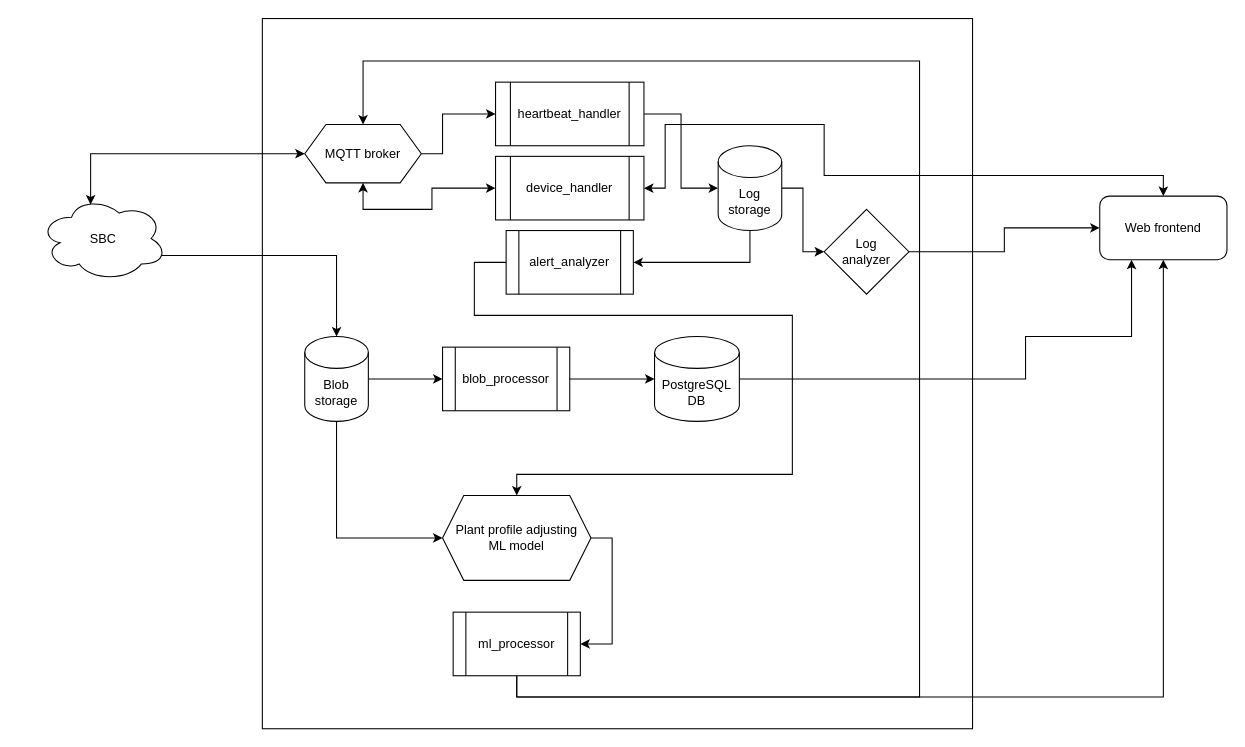
Earlier version of the draw.io diagram page "CloudArch" (2 of 4) of docs/models/Project.drawio (KhazAkar/ags). Source tidied: cells renumbered, new cells numbered last; positions are measured from the earlier drawing's top-left corner, leaving out a move shared by most shapes. Both pictures are drawn from the tidied source at 106%, with x=0, y=0 at pixel (39, 18).
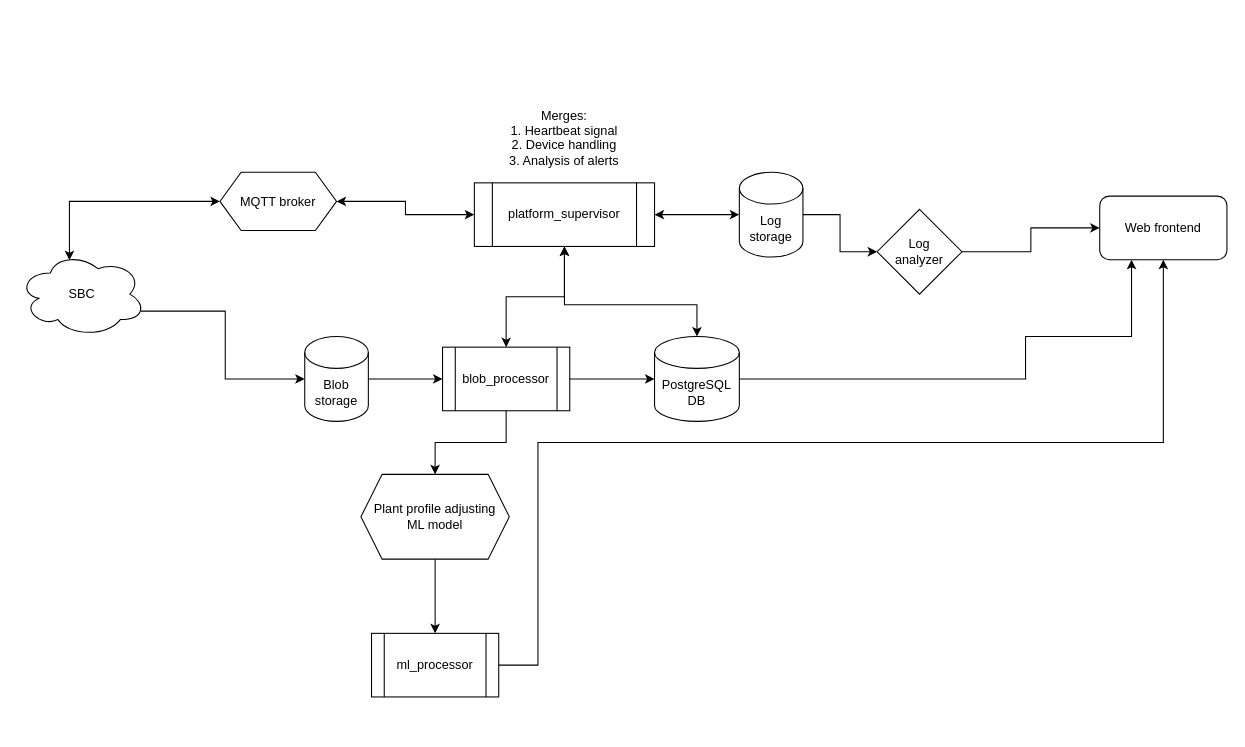
Above is the later version.

The change refers to these unchanged cells:
```xml
<mxCell id="8" value="Blob&lt;div&gt;storage&lt;/div&gt;" style="shape=cylinder3;whiteSpace=wrap;html=1;boundedLbl=1;backgroundOutline=1;size=15;" parent="1" vertex="1">
  <mxGeometry x="250" y="300" width="60" height="80" as="geometry" />
</mxCell>
<mxCell id="13" value="PostgreSQL&lt;div&gt;DB&lt;/div&gt;" style="shape=cylinder3;whiteSpace=wrap;html=1;boundedLbl=1;backgroundOutline=1;size=15;" parent="1" vertex="1">
  <mxGeometry x="580" y="300" width="80" height="80" as="geometry" />
</mxCell>
<mxCell id="14" value="blob_processor" style="shape=process;whiteSpace=wrap;html=1;backgroundOutline=1;" parent="1" vertex="1">
  <mxGeometry x="380" y="310" width="120" height="60" as="geometry" />
</mxCell>
<mxCell id="17" value="Web frontend" style="rounded=1;whiteSpace=wrap;html=1;" parent="1" vertex="1">
  <mxGeometry x="1000" y="167.5" width="120" height="60" as="geometry" />
</mxCell>
```

Change to the diagram source:
```diff
@@
     <mxCell id="4" value="SBC" style="ellipse;shape=cloud;whiteSpace=wrap;html=1;" parent="1" vertex="1">
-      <mxGeometry y="167.5" width="120" height="80" as="geometry" />
+      <mxGeometry x="-20" y="220" width="120" height="80" as="geometry" />
     </mxCell>
-    <mxCell id="5" style="rounded=0;whiteSpace=wrap;html=1;fillColor=none;" parent="1" vertex="1">
-      <mxGeometry x="210" width="670" height="670" as="geometry" />
-    </mxCell>
@@
-    <mxCell id="7" style="edgeStyle=orthogonalEdgeStyle;rounded=0;jettySize=auto;html=1;exitX=0.5;exitY=1;exitDx=0;exitDy=0;exitPerimeter=0;entryX=0;entryY=0.5;entryDx=0;entryDy=0;" parent="1" edge="1" source="8" target="26">
-      <mxGeometry relative="1" as="geometry" />
-    </mxCell>
@@
-    <mxCell id="9" style="edgeStyle=orthogonalEdgeStyle;rounded=0;jettySize=auto;html=1;exitX=1;exitY=0.5;exitDx=0;exitDy=0;entryX=0;entryY=0.5;entryDx=0;entryDy=0;" parent="1" edge="1" source="11" target="16">
-      <mxGeometry relative="1" as="geometry">
-        <Array as="points">
-          <mxPoint x="380" y="128" />
-          <mxPoint x="380" y="90" />
-        </Array>
-      </mxGeometry>
-    </mxCell>
-    <mxCell id="10" style="edgeStyle=orthogonalEdgeStyle;rounded=0;jettySize=auto;html=1;exitX=0.5;exitY=1;exitDx=0;exitDy=0;entryX=0;entryY=0.5;entryDx=0;entryDy=0;startArrow=classic;startFill=1;" parent="1" edge="1" source="11" target="33">
-      <mxGeometry relative="1" as="geometry">
-        <Array as="points">
-          <mxPoint x="305" y="180" />
-          <mxPoint x="370" y="180" />
-          <mxPoint x="370" y="160" />
-        </Array>
-      </mxGeometry>
-    </mxCell>
+    <mxCell id="34" style="edgeStyle=orthogonalEdgeStyle;rounded=0;jettySize=auto;html=1;exitX=1;exitY=0.5;exitDx=0;exitDy=0;entryX=0;entryY=0.5;entryDx=0;entryDy=0;startArrow=classic;startFill=1;" parent="1" edge="1" source="11" target="39">
+      <mxGeometry relative="1" as="geometry" />
+    </mxCell>
     <mxCell id="11" value="MQTT broker" style="shape=hexagon;perimeter=hexagonPerimeter2;whiteSpace=wrap;html=1;fixedSize=1;" parent="1" vertex="1">
-      <mxGeometry x="250" y="100" width="110" height="55" as="geometry" />
+      <mxGeometry x="170" y="145" width="110" height="55" as="geometry" />
     </mxCell>
@@
+    <mxCell id="35" style="edgeStyle=orthogonalEdgeStyle;rounded=0;jettySize=auto;html=1;exitX=0.5;exitY=0;exitDx=0;exitDy=0;exitPerimeter=0;entryX=0.5;entryY=1;entryDx=0;entryDy=0;startArrow=classic;startFill=1;" parent="1" edge="1" source="13" target="39">
+      <mxGeometry relative="1" as="geometry">
+        <Array as="points">
+          <mxPoint x="620" y="270" />
+          <mxPoint x="495" y="270" />
+        </Array>
+      </mxGeometry>
+    </mxCell>
@@
+    <mxCell id="36" style="edgeStyle=orthogonalEdgeStyle;rounded=0;jettySize=auto;html=1;exitX=0.5;exitY=0;exitDx=0;exitDy=0;entryX=0.5;entryY=1;entryDx=0;entryDy=0;startArrow=classic;startFill=1;" parent="1" edge="1" source="14" target="39">
+      <mxGeometry relative="1" as="geometry" />
+    </mxCell>
+    <mxCell id="37" style="edgeStyle=orthogonalEdgeStyle;rounded=0;jettySize=auto;html=1;exitX=0.5;exitY=1;exitDx=0;exitDy=0;entryX=0.5;entryY=0;entryDx=0;entryDy=0;" parent="1" edge="1" source="14" target="26">
+      <mxGeometry relative="1" as="geometry" />
+    </mxCell>
@@
-    <mxCell id="16" value="heartbeat_handler" style="shape=process;whiteSpace=wrap;html=1;backgroundOutline=1;" parent="1" vertex="1">
-      <mxGeometry x="430" y="60" width="140" height="60" as="geometry" />
-    </mxCell>
@@
-    <mxCell id="18" style="edgeStyle=orthogonalEdgeStyle;rounded=0;jettySize=auto;html=1;exitX=0.5;exitY=1;exitDx=0;exitDy=0;exitPerimeter=0;entryX=1;entryY=0.5;entryDx=0;entryDy=0;" parent="1" edge="1" source="20" target="23">
-      <mxGeometry relative="1" as="geometry" />
-    </mxCell>
-    <mxCell id="19" style="edgeStyle=orthogonalEdgeStyle;rounded=0;jettySize=auto;html=1;exitX=1;exitY=0.5;exitDx=0;exitDy=0;exitPerimeter=0;entryX=0;entryY=0.5;entryDx=0;entryDy=0;" parent="1" edge="1" source="20" target="31">
+    <mxCell id="19" style="edgeStyle=orthogonalEdgeStyle;rounded=0;jettySize=auto;html=1;exitX=1;exitY=0.5;exitDx=0;exitDy=0;exitPerimeter=0;" parent="1" edge="1" source="20" target="31">
       <mxGeometry relative="1" as="geometry" />
     </mxCell>
     <mxCell id="20" value="Log&lt;div&gt;storage&lt;/div&gt;" style="shape=cylinder3;whiteSpace=wrap;html=1;boundedLbl=1;backgroundOutline=1;size=15;" parent="1" vertex="1">
-      <mxGeometry x="640" y="120" width="60" height="80" as="geometry" />
+      <mxGeometry x="660" y="145" width="60" height="80" as="geometry" />
     </mxCell>
-    <mxCell id="21" style="edgeStyle=orthogonalEdgeStyle;rounded=0;jettySize=auto;html=1;exitX=1;exitY=0.5;exitDx=0;exitDy=0;entryX=0;entryY=0.5;entryDx=0;entryDy=0;entryPerimeter=0;" parent="1" edge="1" source="16" target="20">
-      <mxGeometry relative="1" as="geometry" />
-    </mxCell>
-    <mxCell id="22" style="edgeStyle=orthogonalEdgeStyle;rounded=0;jettySize=auto;html=1;exitX=0;exitY=0.5;exitDx=0;exitDy=0;entryX=0.5;entryY=0;entryDx=0;entryDy=0;" parent="1" edge="1" source="23" target="26">
-      <mxGeometry relative="1" as="geometry">
-        <Array as="points">
-          <mxPoint x="410" y="230" />
-          <mxPoint x="410" y="280" />
-          <mxPoint x="710" y="280" />
-          <mxPoint x="710" y="430" />
-          <mxPoint x="450" y="430" />
-        </Array>
-      </mxGeometry>
-    </mxCell>
-    <mxCell id="23" value="alert_analyzer" style="shape=process;whiteSpace=wrap;html=1;backgroundOutline=1;" parent="1" vertex="1">
-      <mxGeometry x="440" y="200" width="120" height="60" as="geometry" />
-    </mxCell>
@@
-    <mxCell id="25" style="edgeStyle=orthogonalEdgeStyle;rounded=0;jettySize=auto;html=1;exitX=1;exitY=0.5;exitDx=0;exitDy=0;entryX=1;entryY=0.5;entryDx=0;entryDy=0;" parent="1" edge="1" source="26" target="29">
+    <mxCell id="25" style="edgeStyle=orthogonalEdgeStyle;rounded=0;jettySize=auto;html=1;exitX=0.5;exitY=1;exitDx=0;exitDy=0;" parent="1" edge="1" source="26" target="29">
       <mxGeometry relative="1" as="geometry" />
     </mxCell>
     <mxCell id="26" value="Plant profile adjusting&lt;div&gt;ML model&lt;/div&gt;" style="shape=hexagon;perimeter=hexagonPerimeter2;whiteSpace=wrap;html=1;fixedSize=1;" parent="1" vertex="1">
-      <mxGeometry x="380" y="450" width="140" height="80" as="geometry" />
+      <mxGeometry x="303" y="430" width="140" height="80" as="geometry" />
     </mxCell>
-    <mxCell id="27" style="edgeStyle=orthogonalEdgeStyle;rounded=0;jettySize=auto;html=1;exitX=0.5;exitY=1;exitDx=0;exitDy=0;entryX=0.5;entryY=0;entryDx=0;entryDy=0;" parent="1" edge="1" source="29" target="11">
-      <mxGeometry relative="1" as="geometry">
-        <Array as="points">
-          <mxPoint x="450" y="640" />
-          <mxPoint x="830" y="640" />
-          <mxPoint x="830" y="40" />
-          <mxPoint x="305" y="40" />
-        </Array>
-      </mxGeometry>
-    </mxCell>
-    <mxCell id="28" style="edgeStyle=orthogonalEdgeStyle;rounded=0;jettySize=auto;html=1;exitX=0.5;exitY=1;exitDx=0;exitDy=0;entryX=0.5;entryY=1;entryDx=0;entryDy=0;" parent="1" edge="1" source="29" target="17">
-      <mxGeometry relative="1" as="geometry" />
+    <mxCell id="28" style="edgeStyle=orthogonalEdgeStyle;rounded=0;jettySize=auto;html=1;exitX=1;exitY=0.5;exitDx=0;exitDy=0;entryX=0.5;entryY=1;entryDx=0;entryDy=0;" parent="1" edge="1" source="29" target="17">
+      <mxGeometry relative="1" as="geometry">
+        <Array as="points">
+          <mxPoint x="470" y="610" />
+          <mxPoint x="470" y="400" />
+          <mxPoint x="1060" y="400" />
+        </Array>
+      </mxGeometry>
     </mxCell>
     <mxCell id="29" value="ml_processor" style="shape=process;whiteSpace=wrap;html=1;backgroundOutline=1;" parent="1" vertex="1">
-      <mxGeometry x="390" y="560" width="120" height="60" as="geometry" />
+      <mxGeometry x="313" y="580" width="120" height="60" as="geometry" />
     </mxCell>
@@
     <mxCell id="31" value="Log&lt;div&gt;analyzer&lt;/div&gt;" style="rhombus;whiteSpace=wrap;html=1;" parent="1" vertex="1">
-      <mxGeometry x="740" y="180" width="80" height="80" as="geometry" />
+      <mxGeometry x="790" y="180" width="80" height="80" as="geometry" />
     </mxCell>
-    <mxCell id="32" style="edgeStyle=orthogonalEdgeStyle;rounded=0;jettySize=auto;html=1;exitX=1;exitY=0.5;exitDx=0;exitDy=0;entryX=0.5;entryY=0;entryDx=0;entryDy=0;startArrow=classic;startFill=1;" parent="1" edge="1" source="33" target="17">
-      <mxGeometry relative="1" as="geometry">
-        <Array as="points">
-          <mxPoint x="590" y="160" />
-          <mxPoint x="590" y="100" />
-          <mxPoint x="740" y="100" />
-          <mxPoint x="740" y="148" />
-          <mxPoint x="1060" y="148" />
-        </Array>
-      </mxGeometry>
-    </mxCell>
-    <mxCell id="33" value="device_handler" style="shape=process;whiteSpace=wrap;html=1;backgroundOutline=1;" parent="1" vertex="1">
-      <mxGeometry x="430" y="130" width="140" height="60" as="geometry" />
-    </mxCell>
+    <mxCell id="38" style="edgeStyle=orthogonalEdgeStyle;rounded=0;jettySize=auto;html=1;exitX=1;exitY=0.5;exitDx=0;exitDy=0;startArrow=classic;startFill=1;" parent="1" edge="1" source="39" target="20">
+      <mxGeometry relative="1" as="geometry" />
+    </mxCell>
+    <mxCell id="39" value="platform_supervisor" style="shape=process;whiteSpace=wrap;html=1;backgroundOutline=1;" parent="1" vertex="1">
+      <mxGeometry x="410" y="155" width="170" height="60" as="geometry" />
+    </mxCell>
+    <mxCell id="40" value="Merges:&lt;div&gt;1. Heartbeat signal&lt;/div&gt;&lt;div&gt;2. Device handling&lt;/div&gt;&lt;div&gt;3. Analysis of alerts&lt;/div&gt;&lt;div&gt;&lt;br&gt;&lt;/div&gt;" style="text;html=1;align=center;verticalAlign=middle;whiteSpace=wrap;rounded=0;" parent="1" vertex="1">
+      <mxGeometry x="430" y="85" width="130" height="70" as="geometry" />
+    </mxCell>
```
